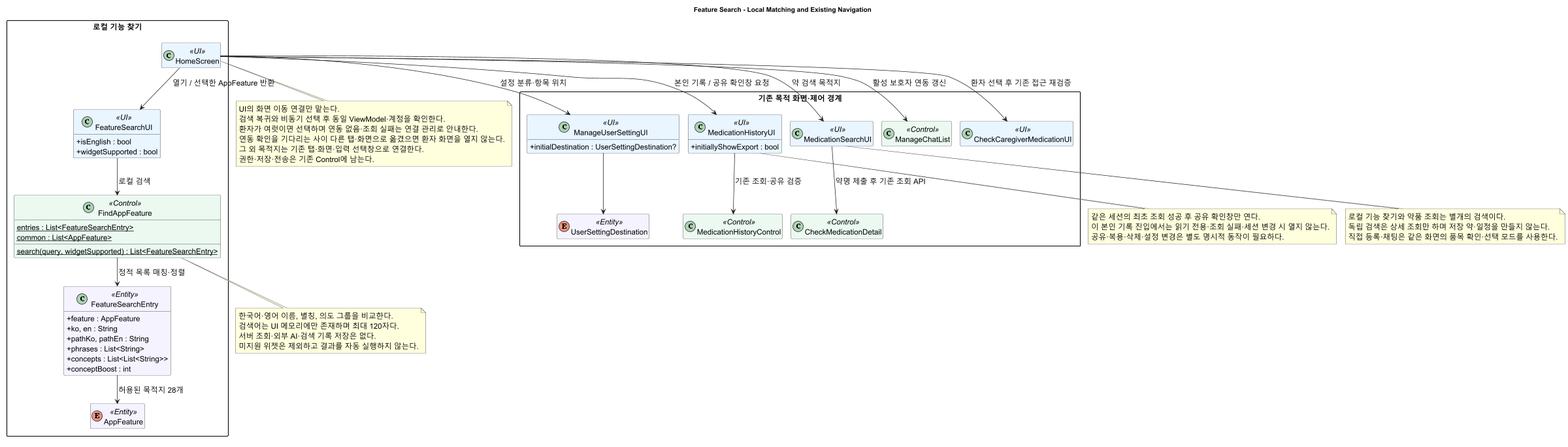
The PlantUML diagram docs/UML/class/08_FeatureSearch.png in 1window2/MedBuddy, before a commit. Its diagram source:
```plantuml
@startuml
allowmixing
top to bottom direction
!pragma layout smetana
scale max 2400 width
title Feature Search - Local Matching and Existing Navigation

skinparam backgroundColor white
skinparam shadowing false
skinparam defaultFontName Nanum Gothic
skinparam defaultFontSize 16
skinparam classAttributeIconSize 0
skinparam packageStyle rectangle
hide empty members
skinparam classBackgroundColor<<UI>> #E8F4FF
skinparam classBackgroundColor<<Control>> #EAF8F0
skinparam classBackgroundColor<<Entity>> #F5F3FF

package "로컬 기능 찾기" {
  class HomeScreen <<UI>>
  class FeatureSearchUI <<UI>> {
    +isEnglish : bool
    +widgetSupported : bool
  }
  class FindAppFeature <<Control>> {
    {static} entries : List<FeatureSearchEntry>
    {static} common : List<AppFeature>
    {static} search(query, widgetSupported) : List<FeatureSearchEntry>
  }
  class FeatureSearchEntry <<Entity>> {
    +feature : AppFeature
    +ko, en : String
    +pathKo, pathEn : String
    +phrases : List<String>
    +concepts : List<List<String>>
    +conceptBoost : int
  }
  enum AppFeature <<Entity>>
}

package "기존 목적 화면·제어 경계" {
  class ManageUserSettingUI <<UI>> {
    +initialDestination : UserSettingDestination?
  }
  enum UserSettingDestination <<Entity>>
  class MedicationHistoryUI <<UI>> {
    +initiallyShowExport : bool
  }
  class MedicationHistoryControl <<Control>>
  class MedicationSearchUI <<UI>>
  class CheckMedicationDetail <<Control>>
  class ManageChatList <<Control>>
  class CheckCaregiverMedicationUI <<UI>>
}

HomeScreen --> FeatureSearchUI : 열기 / 선택한 AppFeature 반환
FeatureSearchUI --> FindAppFeature : 로컬 검색
FindAppFeature --> FeatureSearchEntry : 정적 목록 매칭·정렬
FeatureSearchEntry --> AppFeature : 허용된 목적지 28개
HomeScreen --> MedicationSearchUI : 약 검색 목적지
MedicationSearchUI --> CheckMedicationDetail : 약명 제출 후 기존 조회 API
note bottom of MedicationSearchUI
  로컬 기능 찾기와 약품 조회는 별개의 검색이다.
  독립 검색은 상세 조회만 하며 저장 약·일정을 만들지 않는다.
  직접 등록·채팅은 같은 화면의 품목 확인·선택 모드를 사용한다.
end note
HomeScreen --> ManageUserSettingUI : 설정 분류·항목 위치
ManageUserSettingUI --> UserSettingDestination
HomeScreen --> MedicationHistoryUI : 본인 기록 / 공유 확인창 요청
MedicationHistoryUI --> MedicationHistoryControl : 기존 조회·공유 검증
HomeScreen --> ManageChatList : 활성 보호자 연동 갱신
HomeScreen --> CheckCaregiverMedicationUI : 환자 선택 후 기존 접근 재검증

note bottom of FindAppFeature
  한국어·영어 이름, 별칭, 의도 그룹을 비교한다.
  검색어는 UI 메모리에만 존재하며 최대 120자다.
  서버 조회·외부 AI·검색 기록 저장은 없다.
  미지원 위젯은 제외하고 결과를 자동 실행하지 않는다.
end note

note bottom of HomeScreen
  UI의 화면 이동 연결만 맡는다.
  검색 복귀와 비동기 선택 후 동일 ViewModel·계정을 확인한다.
  환자가 여럿이면 선택하며 연동 없음·조회 실패는 연결 관리로 안내한다.
  연동 확인을 기다리는 사이 다른 탭·화면으로 옮겼으면 환자 화면을 열지 않는다.
  그 외 목적지는 기존 탭·화면·입력 선택창으로 연결한다.
  권한·저장·전송은 기존 Control에 남는다.
end note

note bottom of MedicationHistoryUI
  같은 세션의 최초 조회 성공 후 공유 확인창만 연다.
  이 본인 기록 진입에서는 읽기 전용·조회 실패·세션 변경 시 열지 않는다.
  공유·복용·삭제·설정 변경은 별도 명시적 동작이 필요하다.
end note
@enduml
```
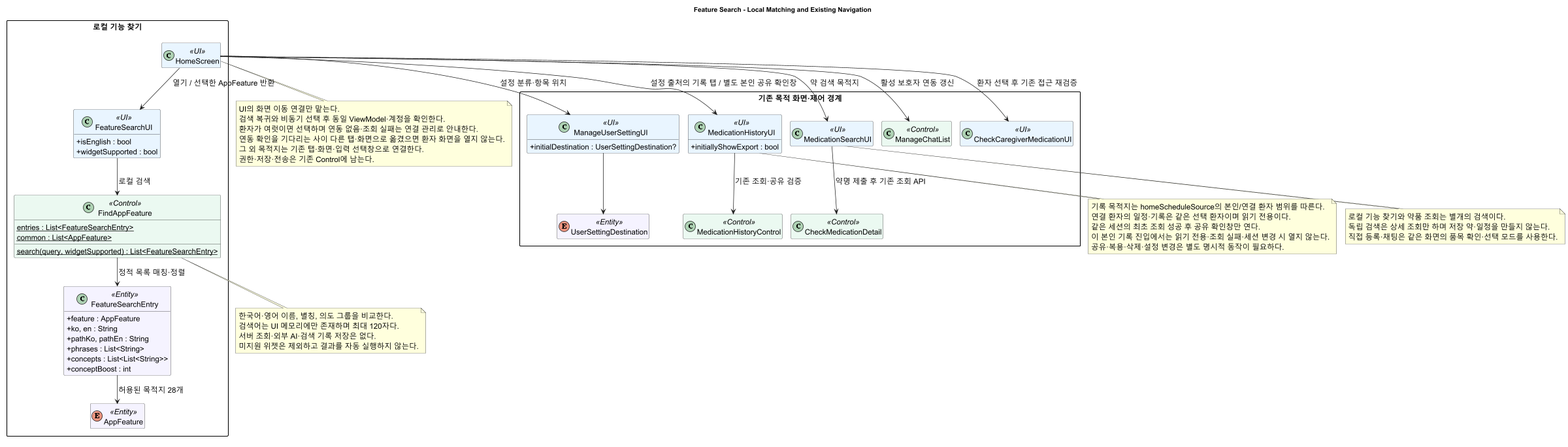
After the change.

Commit message:
docs(architecture): align use cases and feature destinations

Diff of the diagram source:
```diff
@@ -66,7 +66,7 @@
 end note
 HomeScreen --> ManageUserSettingUI : 설정 분류·항목 위치
 ManageUserSettingUI --> UserSettingDestination
-HomeScreen --> MedicationHistoryUI : 본인 기록 / 공유 확인창 요청
+HomeScreen --> MedicationHistoryUI : 설정 출처의 기록 탭 / 별도 본인 공유 확인창
 MedicationHistoryUI --> MedicationHistoryControl : 기존 조회·공유 검증
 HomeScreen --> ManageChatList : 활성 보호자 연동 갱신
 HomeScreen --> CheckCaregiverMedicationUI : 환자 선택 후 기존 접근 재검증
@@ -88,6 +88,8 @@
 end note
 
 note bottom of MedicationHistoryUI
+  기록 목적지는 homeScheduleSource의 본인/연결 환자 범위를 따른다.
+  연결 환자의 일정·기록은 같은 선택 환자이며 읽기 전용이다.
   같은 세션의 최초 조회 성공 후 공유 확인창만 연다.
   이 본인 기록 진입에서는 읽기 전용·조회 실패·세션 변경 시 열지 않는다.
   공유·복용·삭제·설정 변경은 별도 명시적 동작이 필요하다.
```
